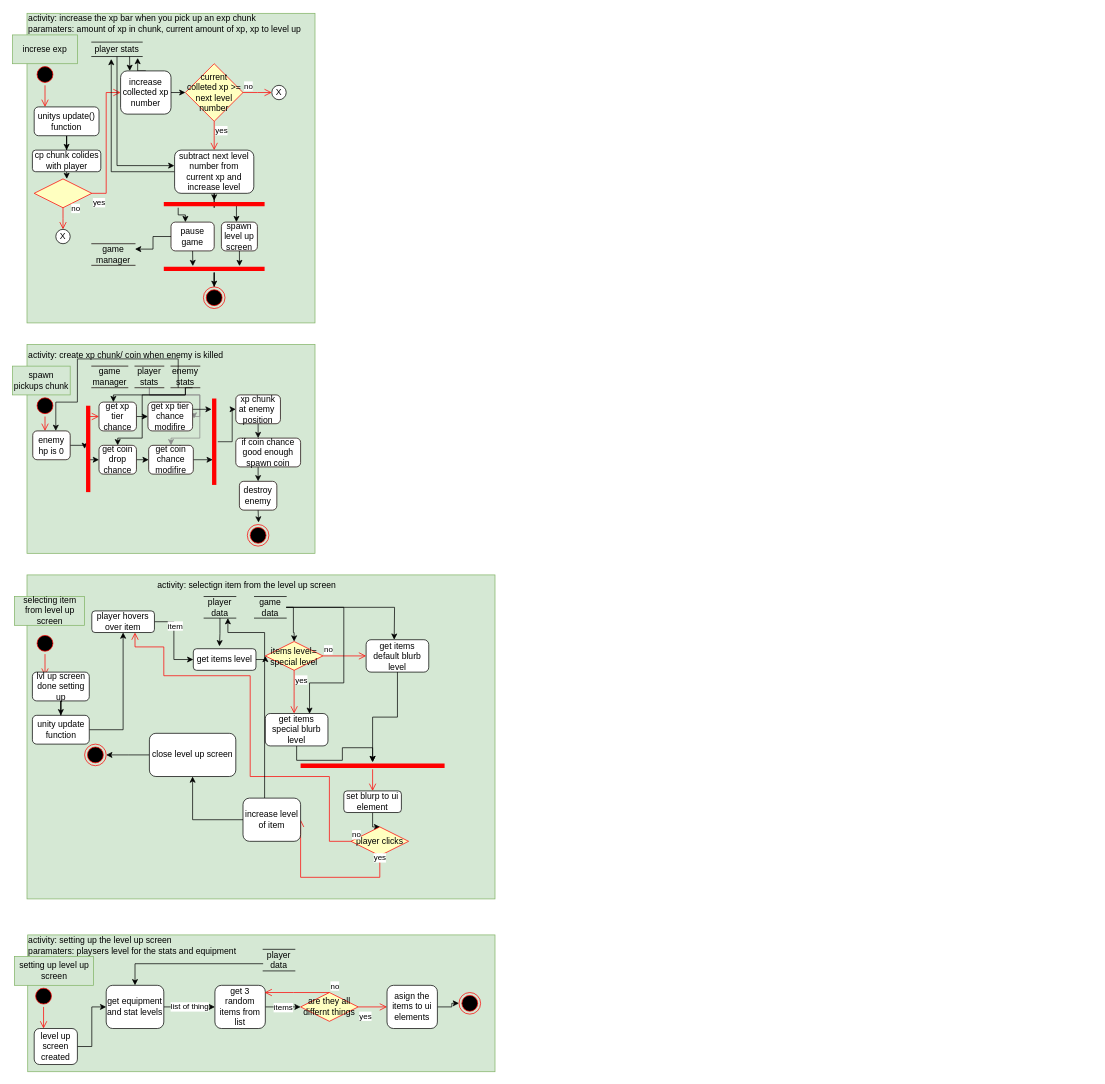
Above: page "unlocking things" (3 of 3) of Documentation files/activity diagram.drawio in Ulibomber1/Middlespace-Survivor (draw.io), before the change. Source tidied: cells renumbered, new cells numbered last; positions are measured from the earlier drawing's top-left corner, leaving out a move shared by most shapes. Both pictures are drawn from the tidied source at 72%, with x=0, y=0 at pixel (12, 12).
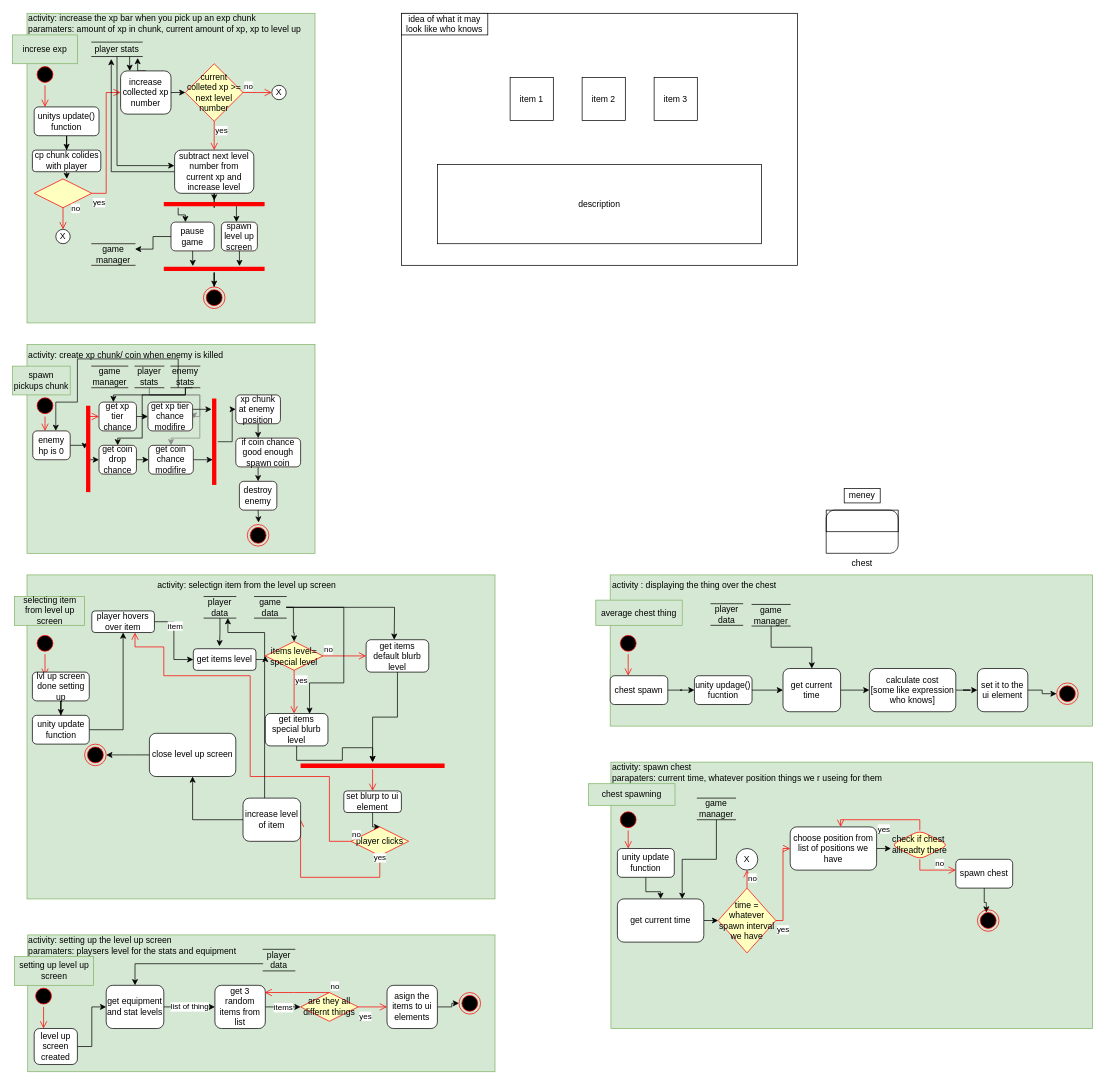
The same page after the edit.

Commit message (it also covers changes not shown here):
worked on chest spawning

The edit, as a diff of the source:
```diff
@@
+    <mxCell id="134" style="rounded=0;whiteSpace=wrap;html=1;" parent="1" vertex="1">
+      <mxGeometry x="540" y="1" width="550" height="350" as="geometry" />
+    </mxCell>
+    <mxCell id="135" value="item 1" style="rounded=0;whiteSpace=wrap;html=1;" parent="1" vertex="1">
+      <mxGeometry x="691" y="90" width="60" height="60" as="geometry" />
+    </mxCell>
+    <mxCell id="136" value="item 2" style="rounded=0;whiteSpace=wrap;html=1;" parent="1" vertex="1">
+      <mxGeometry x="791" y="90" width="60" height="60" as="geometry" />
+    </mxCell>
+    <mxCell id="137" value="item 3" style="rounded=0;whiteSpace=wrap;html=1;" parent="1" vertex="1">
+      <mxGeometry x="891" y="90" width="60" height="60" as="geometry" />
+    </mxCell>
+    <mxCell id="138" value="description" style="rounded=0;whiteSpace=wrap;html=1;" parent="1" vertex="1">
+      <mxGeometry x="590" y="211" width="450" height="110" as="geometry" />
+    </mxCell>
+    <mxCell id="139" value="idea of what it may look like who knows" style="rounded=0;whiteSpace=wrap;html=1;" parent="1" vertex="1">
+      <mxGeometry x="540" y="1" width="120" height="30" as="geometry" />
+    </mxCell>
+    <mxCell id="140" style="rounded=0;whiteSpace=wrap;html=1;fillColor=#d5e8d4;strokeColor=#82b366;" parent="1" vertex="1">
+      <mxGeometry x="830" y="781" width="670" height="210" as="geometry" />
+    </mxCell>
+    <mxCell id="141" value="average chest thing" style="rounded=0;whiteSpace=wrap;html=1;fillColor=#d5e8d4;strokeColor=#82b366;" parent="1" vertex="1">
+      <mxGeometry x="810" y="816" width="120" height="35" as="geometry" />
+    </mxCell>
+    <mxCell id="142" value="activity : displaying the thing over the chest" style="text;html=1;strokeColor=none;fillColor=none;align=left;verticalAlign=middle;whiteSpace=wrap;rounded=0;" parent="1" vertex="1">
+      <mxGeometry x="831" y="781" width="469" height="30" as="geometry" />
+    </mxCell>
+    <mxCell id="143" style="ellipse;html=1;shape=startState;fillColor=#000000;strokeColor=#ff0000;" parent="1" vertex="1">
+      <mxGeometry x="840" y="861" width="30" height="30" as="geometry" />
+    </mxCell>
+    <mxCell id="144" style="edgeStyle=orthogonalEdgeStyle;html=1;verticalAlign=bottom;endArrow=open;endSize=8;strokeColor=#ff0000;rounded=0;" parent="1" edge="1" source="143">
+      <mxGeometry relative="1" as="geometry">
+        <mxPoint x="855" y="921" as="targetPoint" />
+      </mxGeometry>
+    </mxCell>
+    <mxCell id="145" style="edgeStyle=orthogonalEdgeStyle;rounded=0;jettySize=auto;html=1;startArrow=classic;startFill=1;endArrow=none;endFill=0;" parent="1" edge="1" source="147" target="149">
+      <mxGeometry relative="1" as="geometry" />
+    </mxCell>
+    <mxCell id="146" style="edgeStyle=orthogonalEdgeStyle;rounded=0;jettySize=auto;html=1;startArrow=none;startFill=0;endArrow=classic;endFill=1;" parent="1" edge="1" source="147" target="153">
+      <mxGeometry relative="1" as="geometry" />
+    </mxCell>
+    <mxCell id="147" value="unity updage() fucntion" style="rounded=1;whiteSpace=wrap;html=1;" parent="1" vertex="1">
+      <mxGeometry x="947" y="921" width="80" height="40" as="geometry" />
+    </mxCell>
+    <mxCell id="148" value="player&lt;br&gt;data" style="shape=partialRectangle;whiteSpace=wrap;html=1;left=0;right=0;fillColor=none;" parent="1" vertex="1">
+      <mxGeometry x="970" y="821" width="44" height="30" as="geometry" />
+    </mxCell>
+    <mxCell id="149" value="chest spawn" style="whiteSpace=wrap;html=1;rounded=1;" parent="1" vertex="1">
+      <mxGeometry x="830" y="921" width="80" height="40" as="geometry" />
+    </mxCell>
+    <mxCell id="150" style="edgeStyle=orthogonalEdgeStyle;rounded=0;jettySize=auto;html=1;exitX=0.5;exitY=1;exitDx=0;exitDy=0;entryX=0.5;entryY=0;entryDx=0;entryDy=0;startArrow=none;startFill=0;endArrow=classic;endFill=1;" parent="1" edge="1" source="151" target="153">
+      <mxGeometry relative="1" as="geometry" />
+    </mxCell>
+    <mxCell id="151" value="game manager" style="shape=partialRectangle;whiteSpace=wrap;html=1;left=0;right=0;fillColor=none;" parent="1" vertex="1">
+      <mxGeometry x="1027" y="822" width="53" height="30" as="geometry" />
+    </mxCell>
+    <mxCell id="152" style="edgeStyle=orthogonalEdgeStyle;rounded=0;jettySize=auto;html=1;startArrow=none;startFill=0;endArrow=classic;endFill=1;" parent="1" edge="1" source="153" target="155">
+      <mxGeometry relative="1" as="geometry" />
+    </mxCell>
+    <mxCell id="153" value="get current time" style="whiteSpace=wrap;html=1;rounded=1;" parent="1" vertex="1">
+      <mxGeometry x="1070" y="911" width="80" height="60" as="geometry" />
+    </mxCell>
+    <mxCell id="154" style="edgeStyle=orthogonalEdgeStyle;rounded=0;jettySize=auto;html=1;startArrow=none;startFill=0;endArrow=classic;endFill=1;" parent="1" edge="1" source="155" target="157">
+      <mxGeometry relative="1" as="geometry" />
+    </mxCell>
+    <mxCell id="155" value="calculate cost&lt;br&gt;[some like expression who knows]" style="whiteSpace=wrap;html=1;rounded=1;" parent="1" vertex="1">
+      <mxGeometry x="1190" y="911" width="120" height="60" as="geometry" />
+    </mxCell>
+    <mxCell id="156" style="edgeStyle=orthogonalEdgeStyle;rounded=0;jettySize=auto;html=1;exitX=1;exitY=0.5;exitDx=0;exitDy=0;entryX=0;entryY=0.5;entryDx=0;entryDy=0;startArrow=none;startFill=0;endArrow=classic;endFill=1;" parent="1" edge="1" source="157" target="158">
+      <mxGeometry relative="1" as="geometry" />
+    </mxCell>
+    <mxCell id="157" value="set it to the ui element" style="whiteSpace=wrap;html=1;rounded=1;" parent="1" vertex="1">
+      <mxGeometry x="1340" y="911" width="70" height="60" as="geometry" />
+    </mxCell>
+    <mxCell id="158" style="ellipse;html=1;shape=endState;fillColor=#000000;strokeColor=#ff0000;rounded=1;" parent="1" vertex="1">
+      <mxGeometry x="1450" y="931" width="30" height="30" as="geometry" />
+    </mxCell>
+    <mxCell id="159" value="chest" style="verticalLabelPosition=bottom;verticalAlign=top;html=1;shape=mxgraph.basic.three_corner_round_rect;dx=6;whiteSpace=wrap;rounded=1;fillColor=none;" parent="1" vertex="1">
+      <mxGeometry x="1130" y="691" width="100" height="60" as="geometry" />
+    </mxCell>
+    <mxCell id="160" value="meney" style="rounded=0;whiteSpace=wrap;html=1;fillColor=none;" parent="1" vertex="1">
+      <mxGeometry x="1155" y="661" width="50" height="20" as="geometry" />
+    </mxCell>
+    <mxCell id="161" style="rounded=0;whiteSpace=wrap;html=1;fillColor=none;" parent="1" vertex="1">
+      <mxGeometry x="1130" y="691" width="100" height="30" as="geometry" />
+    </mxCell>
+    <mxCell id="162" style="rounded=0;whiteSpace=wrap;html=1;fillColor=#d5e8d4;strokeColor=#82b366;" parent="1" vertex="1">
+      <mxGeometry x="831" y="1041" width="669" height="370" as="geometry" />
+    </mxCell>
+    <mxCell id="163" value="chest spawning" style="rounded=0;whiteSpace=wrap;html=1;fillColor=#d5e8d4;strokeColor=#82b366;" parent="1" vertex="1">
+      <mxGeometry x="800" y="1071" width="120" height="30" as="geometry" />
+    </mxCell>
+    <mxCell id="164" value="activity: spawn chest&lt;br&gt;parapaters: current time, whatever position things we r useing for them" style="text;html=1;strokeColor=none;fillColor=none;align=left;verticalAlign=middle;whiteSpace=wrap;rounded=0;" parent="1" vertex="1">
+      <mxGeometry x="831" y="1041" width="669" height="30" as="geometry" />
+    </mxCell>
+    <mxCell id="165" style="ellipse;html=1;shape=startState;fillColor=#000000;strokeColor=#ff0000;rounded=1;" parent="1" vertex="1">
+      <mxGeometry x="840" y="1106" width="30" height="30" as="geometry" />
+    </mxCell>
+    <mxCell id="166" style="edgeStyle=orthogonalEdgeStyle;html=1;verticalAlign=bottom;endArrow=open;endSize=8;strokeColor=#ff0000;rounded=0;" parent="1" edge="1" source="165">
+      <mxGeometry relative="1" as="geometry">
+        <mxPoint x="855" y="1161" as="targetPoint" />
+      </mxGeometry>
+    </mxCell>
+    <mxCell id="167" style="edgeStyle=orthogonalEdgeStyle;rounded=0;jettySize=auto;html=1;startArrow=none;startFill=0;endArrow=classic;endFill=1;" parent="1" edge="1" source="168" target="170">
+      <mxGeometry relative="1" as="geometry" />
+    </mxCell>
+    <mxCell id="168" value="unity update function" style="whiteSpace=wrap;html=1;rounded=1;" parent="1" vertex="1">
+      <mxGeometry x="840" y="1161" width="79" height="40" as="geometry" />
+    </mxCell>
+    <mxCell id="169" style="edgeStyle=orthogonalEdgeStyle;rounded=0;jettySize=auto;html=1;startArrow=none;startFill=0;endArrow=classic;endFill=1;" parent="1" edge="1" source="170">
+      <mxGeometry relative="1" as="geometry">
+        <mxPoint x="980" y="1261" as="targetPoint" />
+      </mxGeometry>
+    </mxCell>
+    <mxCell id="170" value="get current time" style="whiteSpace=wrap;html=1;rounded=1;" parent="1" vertex="1">
+      <mxGeometry x="840" y="1231" width="120" height="60" as="geometry" />
+    </mxCell>
+    <mxCell id="171" style="edgeStyle=orthogonalEdgeStyle;rounded=0;jettySize=auto;html=1;entryX=0.75;entryY=0;entryDx=0;entryDy=0;startArrow=none;startFill=0;endArrow=classic;endFill=1;" parent="1" edge="1" source="172" target="170">
+      <mxGeometry relative="1" as="geometry" />
+    </mxCell>
+    <mxCell id="172" value="game manager" style="shape=partialRectangle;whiteSpace=wrap;html=1;left=0;right=0;fillColor=none;" parent="1" vertex="1">
+      <mxGeometry x="951" y="1091" width="53" height="30" as="geometry" />
+    </mxCell>
+    <mxCell id="173" value="time = whatever spawn interval we have" style="rhombus;whiteSpace=wrap;html=1;fillColor=#ffffc0;strokeColor=#ff0000;rounded=1;arcSize=0;" parent="1" vertex="1">
+      <mxGeometry x="980" y="1216" width="80" height="90" as="geometry" />
+    </mxCell>
+    <mxCell id="174" value="no" style="edgeStyle=orthogonalEdgeStyle;html=1;align=left;verticalAlign=bottom;endArrow=open;endSize=8;strokeColor=#ff0000;rounded=0;" parent="1" edge="1" source="173">
+      <mxGeometry x="-0.6" relative="1" as="geometry">
+        <mxPoint x="1020" y="1191" as="targetPoint" />
+      </mxGeometry>
+    </mxCell>
+    <mxCell id="175" value="yes" style="edgeStyle=orthogonalEdgeStyle;html=1;align=left;verticalAlign=top;endArrow=open;endSize=8;strokeColor=#ff0000;rounded=0;entryX=0;entryY=0.5;entryDx=0;entryDy=0;" parent="1" edge="1" source="173" target="178">
+      <mxGeometry x="-1" relative="1" as="geometry">
+        <Array as="points">
+          <mxPoint x="1070" y="1261" />
+          <mxPoint x="1070" y="1161" />
+        </Array>
+      </mxGeometry>
+    </mxCell>
+    <mxCell id="176" value="X" style="ellipse;whiteSpace=wrap;html=1;rounded=1;" parent="1" vertex="1">
+      <mxGeometry x="1005" y="1161" width="30" height="30" as="geometry" />
+    </mxCell>
+    <mxCell id="177" style="edgeStyle=orthogonalEdgeStyle;rounded=0;jettySize=auto;html=1;exitX=1;exitY=0.5;exitDx=0;exitDy=0;startArrow=none;startFill=0;endArrow=classic;endFill=1;" parent="1" edge="1" source="178">
+      <mxGeometry relative="1" as="geometry">
+        <mxPoint x="1220" y="1161.2" as="targetPoint" />
+      </mxGeometry>
+    </mxCell>
+    <mxCell id="178" value="choose position from list of positions we have" style="whiteSpace=wrap;html=1;rounded=1;" parent="1" vertex="1">
+      <mxGeometry x="1080" y="1131" width="120" height="60" as="geometry" />
+    </mxCell>
+    <mxCell id="179" value="check if chest&amp;nbsp;&lt;br&gt;allreadty there" style="rhombus;whiteSpace=wrap;html=1;fillColor=#ffffc0;strokeColor=#ff0000;rounded=1;" parent="1" vertex="1">
+      <mxGeometry x="1220" y="1136" width="80" height="40" as="geometry" />
+    </mxCell>
+    <mxCell id="180" value="no" style="edgeStyle=orthogonalEdgeStyle;html=1;align=left;verticalAlign=bottom;endArrow=open;endSize=8;strokeColor=#ff0000;rounded=0;" parent="1" edge="1" source="179">
+      <mxGeometry x="0.08" relative="1" as="geometry">
+        <mxPoint x="1310" y="1191" as="targetPoint" />
+        <Array as="points">
+          <mxPoint x="1260" y="1191" />
+        </Array>
+      </mxGeometry>
+    </mxCell>
+    <mxCell id="181" value="yes" style="edgeStyle=orthogonalEdgeStyle;html=1;align=left;verticalAlign=top;endArrow=open;endSize=8;strokeColor=#ff0000;rounded=0;" parent="1" edge="1" source="179">
+      <mxGeometry x="0.11" relative="1" as="geometry">
+        <mxPoint x="1150" y="1131" as="targetPoint" />
+        <Array as="points">
+          <mxPoint x="1260" y="1121" />
+          <mxPoint x="1150" y="1121" />
+        </Array>
+      </mxGeometry>
+    </mxCell>
+    <mxCell id="182" style="edgeStyle=orthogonalEdgeStyle;rounded=0;jettySize=auto;html=1;entryX=0.414;entryY=0.129;entryDx=0;entryDy=0;entryPerimeter=0;startArrow=none;startFill=0;endArrow=classic;endFill=1;" parent="1" edge="1" source="183" target="184">
+      <mxGeometry relative="1" as="geometry" />
+    </mxCell>
+    <mxCell id="183" value="spawn chest" style="whiteSpace=wrap;html=1;rounded=1;" parent="1" vertex="1">
+      <mxGeometry x="1310" y="1176" width="79" height="40" as="geometry" />
+    </mxCell>
+    <mxCell id="184" style="ellipse;html=1;shape=endState;fillColor=#000000;strokeColor=#ff0000;rounded=1;" parent="1" vertex="1">
+      <mxGeometry x="1340" y="1246" width="30" height="30" as="geometry" />
+    </mxCell>
```
